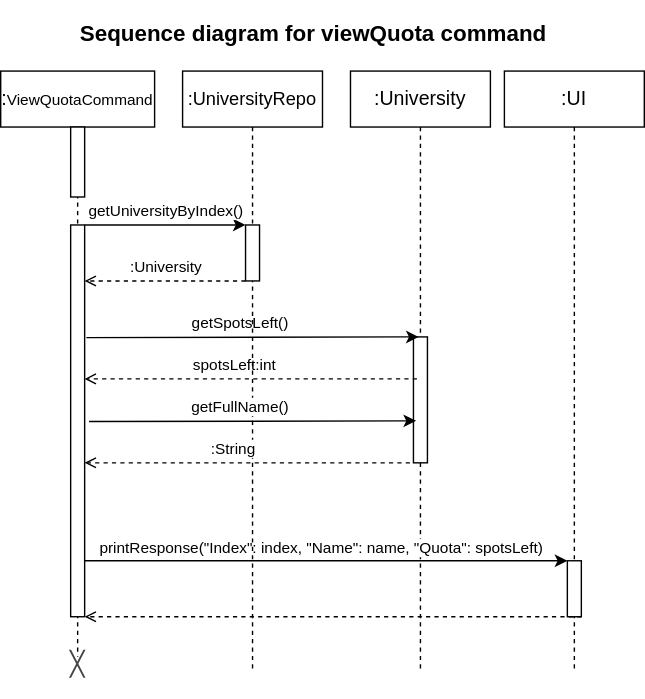
This is docs/UML_Diagrams/ViewQuotaSequence.drawio.svg from paulktham/tp, a draw.io export, as it was before one commit. Source tidied: cells renumbered, new cells last; positions are measured from the earlier drawing's top-left corner, leaving out a move shared by most shapes. Its diagram source:
```xml
<mxGraphModel>
  <root>
    <mxCell id="0" />
    <mxCell id="1" parent="0" />
    <mxCell id="2" value="&lt;font style=&quot;font-size: 14px;&quot;&gt;:&lt;/font&gt;&lt;font style=&quot;font-size: 11px;&quot;&gt;ViewQuotaCommand&lt;/font&gt;" style="shape=umlLifeline;perimeter=lifelinePerimeter;whiteSpace=wrap;html=1;newEdgeStyle={&quot;edgeStyle&quot;:&quot;elbowEdgeStyle&quot;,&quot;elbow&quot;:&quot;vertical&quot;,&quot;curved&quot;:0,&quot;rounded&quot;:0};" parent="1" vertex="1">
      <mxGeometry y="50" width="110" height="420" as="geometry" />
    </mxCell>
    <mxCell id="3" style="html=1;perimeter=orthogonalPerimeter;targetShapes=umlLifeline;newEdgeStyle={&quot;edgeStyle&quot;:&quot;elbowEdgeStyle&quot;,&quot;elbow&quot;:&quot;vertical&quot;,&quot;curved&quot;:0,&quot;rounded&quot;:0};" parent="2" vertex="1">
      <mxGeometry x="50" y="40" width="10" height="50" as="geometry" />
    </mxCell>
    <mxCell id="4" style="html=1;points=[];perimeter=orthogonalPerimeter;outlineConnect=0;targetShapes=umlLifeline;portConstraint=eastwest;newEdgeStyle={&quot;edgeStyle&quot;:&quot;elbowEdgeStyle&quot;,&quot;elbow&quot;:&quot;vertical&quot;,&quot;curved&quot;:0,&quot;rounded&quot;:0};" parent="2" vertex="1">
      <mxGeometry x="50" y="110" width="10" height="280" as="geometry" />
    </mxCell>
    <mxCell id="5" value="&lt;span style=&quot;color: rgb(68, 68, 68); font-family: Arial, Helvetica, sans-serif; text-align: left; background-color: rgb(255, 255, 255);&quot;&gt;&lt;font style=&quot;font-size: 17px;&quot;&gt;╳&lt;/font&gt;&lt;/span&gt;" style="text;html=1;align=center;verticalAlign=middle;whiteSpace=wrap;rounded=0;" parent="1" vertex="1">
      <mxGeometry x="25" y="460" width="60" height="30" as="geometry" />
    </mxCell>
    <mxCell id="6" value="&lt;span style=&quot;font-size: 14px;&quot;&gt;:University&lt;/span&gt;" style="shape=umlLifeline;perimeter=lifelinePerimeter;whiteSpace=wrap;html=1;newEdgeStyle={&quot;edgeStyle&quot;:&quot;elbowEdgeStyle&quot;,&quot;elbow&quot;:&quot;vertical&quot;,&quot;curved&quot;:0,&quot;rounded&quot;:0};" parent="1" vertex="1">
      <mxGeometry x="250" y="50" width="100" height="430" as="geometry" />
    </mxCell>
    <mxCell id="7" style="html=1;perimeter=orthogonalPerimeter;targetShapes=umlLifeline;newEdgeStyle={&quot;edgeStyle&quot;:&quot;elbowEdgeStyle&quot;,&quot;elbow&quot;:&quot;vertical&quot;,&quot;curved&quot;:0,&quot;rounded&quot;:0};" parent="6" vertex="1">
      <mxGeometry x="45" y="190" width="10" height="90" as="geometry" />
    </mxCell>
    <mxCell id="8" value="getSpotsLeft()" style="edgeStyle=elbowEdgeStyle;rounded=0;orthogonalLoop=1;jettySize=auto;html=1;elbow=vertical;curved=0;" parent="1" edge="1">
      <mxGeometry x="-0.08" y="10" relative="1" as="geometry">
        <mxPoint x="61.2" y="240.5" as="sourcePoint" />
        <mxPoint x="298.8" y="240" as="targetPoint" />
        <Array as="points">
          <mxPoint x="65" y="240" />
        </Array>
      </mxGeometry>
    </mxCell>
    <mxCell id="9" value="spotsLeft:int" style="edgeStyle=elbowEdgeStyle;rounded=0;jettySize=auto;html=1;elbow=vertical;curved=0;endArrow=open;endFill=0;dashed=1;" parent="1" edge="1" target="4">
      <mxGeometry x="0.11" y="-10" relative="1" as="geometry">
        <mxPoint x="297.5" y="270" as="sourcePoint" />
      </mxGeometry>
    </mxCell>
    <mxCell id="10" value="&lt;span style=&quot;font-size: 14px;&quot;&gt;:UI&lt;/span&gt;" style="shape=umlLifeline;perimeter=lifelinePerimeter;whiteSpace=wrap;html=1;newEdgeStyle={&quot;edgeStyle&quot;:&quot;elbowEdgeStyle&quot;,&quot;elbow&quot;:&quot;vertical&quot;,&quot;curved&quot;:0,&quot;rounded&quot;:0};" parent="1" vertex="1">
      <mxGeometry x="360" y="50" width="100" height="430" as="geometry" />
    </mxCell>
    <mxCell id="11" style="html=1;perimeter=orthogonalPerimeter;targetShapes=umlLifeline;newEdgeStyle={&quot;edgeStyle&quot;:&quot;elbowEdgeStyle&quot;,&quot;elbow&quot;:&quot;vertical&quot;,&quot;curved&quot;:0,&quot;rounded&quot;:0};" parent="10" vertex="1">
      <mxGeometry x="45" y="350" width="10" height="40" as="geometry" />
    </mxCell>
    <mxCell id="12" value="printResponse(&quot;Index&quot;: index, &quot;Name&quot;: name, &quot;Quota&quot;: spotsLeft)" style="edgeStyle=elbowEdgeStyle;rounded=0;orthogonalLoop=1;jettySize=auto;html=1;elbow=vertical;curved=0;" parent="1" edge="1">
      <mxGeometry x="-0.02" y="9" relative="1" as="geometry">
        <mxPoint x="60" y="400" as="sourcePoint" />
        <mxPoint x="405" y="400" as="targetPoint" />
      </mxGeometry>
    </mxCell>
    <mxCell id="13" style="edgeStyle=elbowEdgeStyle;rounded=0;orthogonalLoop=1;jettySize=auto;html=1;elbow=vertical;curved=0;endArrow=open;endFill=0;dashed=1;" parent="1" edge="1">
      <mxGeometry relative="1" as="geometry">
        <mxPoint x="415" y="440" as="sourcePoint" />
        <mxPoint x="60" y="440" as="targetPoint" />
      </mxGeometry>
    </mxCell>
    <mxCell id="14" value="&lt;font style=&quot;font-size: 13px;&quot;&gt;:UniversityRepo&lt;/font&gt;" style="shape=umlLifeline;perimeter=lifelinePerimeter;whiteSpace=wrap;html=1;newEdgeStyle={&quot;edgeStyle&quot;:&quot;elbowEdgeStyle&quot;,&quot;elbow&quot;:&quot;vertical&quot;,&quot;curved&quot;:0,&quot;rounded&quot;:0};" parent="1" vertex="1">
      <mxGeometry x="130" y="50" width="100" height="430" as="geometry" />
    </mxCell>
    <mxCell id="15" style="html=1;perimeter=orthogonalPerimeter;targetShapes=umlLifeline;newEdgeStyle={&quot;edgeStyle&quot;:&quot;elbowEdgeStyle&quot;,&quot;elbow&quot;:&quot;vertical&quot;,&quot;curved&quot;:0,&quot;rounded&quot;:0};" parent="14" vertex="1">
      <mxGeometry x="45" y="110" width="10" height="40" as="geometry" />
    </mxCell>
    <mxCell id="16" value="&lt;h1 style=&quot;margin-top: 0px;&quot;&gt;&lt;font style=&quot;&quot;&gt;&lt;span style=&quot;font-size: 16px;&quot;&gt;Sequence diagram for viewQuota command&lt;/span&gt;&lt;/font&gt;&lt;/h1&gt;" style="text;html=1;whiteSpace=wrap;overflow=hidden;rounded=0;" parent="1" vertex="1">
      <mxGeometry x="55" width="340" height="40" as="geometry" />
    </mxCell>
    <mxCell id="17" value="getUniversityByIndex()" style="edgeStyle=elbowEdgeStyle;rounded=0;orthogonalLoop=1;jettySize=auto;html=1;elbow=vertical;curved=0;" parent="1" edge="1">
      <mxGeometry y="10" relative="1" as="geometry">
        <mxPoint x="60" y="160" as="sourcePoint" />
        <mxPoint x="175" y="160" as="targetPoint" />
      </mxGeometry>
    </mxCell>
    <mxCell id="18" value=":University" style="edgeStyle=elbowEdgeStyle;rounded=0;orthogonalLoop=1;jettySize=auto;html=1;elbow=vertical;curved=0;dashed=1;endArrow=open;endFill=0;" parent="1" edge="1">
      <mxGeometry y="-10" relative="1" as="geometry">
        <mxPoint x="175" y="200" as="sourcePoint" />
        <mxPoint x="60" y="200" as="targetPoint" />
        <mxPoint x="1" as="offset" />
      </mxGeometry>
    </mxCell>
    <mxCell id="19" style="edgeStyle=orthogonalEdgeStyle;rounded=0;orthogonalLoop=1;jettySize=auto;html=1;exitX=0.5;exitY=1;exitDx=0;exitDy=0;" parent="1" edge="1" source="5" target="5">
      <mxGeometry relative="1" as="geometry" />
    </mxCell>
    <mxCell id="20" value="getFullName()" style="edgeStyle=elbowEdgeStyle;rounded=0;orthogonalLoop=1;jettySize=auto;html=1;elbow=vertical;curved=0;" parent="1" edge="1">
      <mxGeometry x="-0.08" y="10" relative="1" as="geometry">
        <mxPoint x="63.1" y="300.5" as="sourcePoint" />
        <mxPoint x="296.9" y="300" as="targetPoint" />
        <Array as="points">
          <mxPoint x="66.9" y="300" />
        </Array>
      </mxGeometry>
    </mxCell>
    <mxCell id="21" value=":String" style="edgeStyle=elbowEdgeStyle;rounded=0;jettySize=auto;html=1;elbow=vertical;curved=0;endArrow=open;endFill=0;dashed=1;" parent="1" edge="1" target="4">
      <mxGeometry x="0.1" y="-10" relative="1" as="geometry">
        <mxPoint x="292.5" y="330" as="sourcePoint" />
        <mxPoint x="1" as="offset" />
      </mxGeometry>
    </mxCell>
  </root>
</mxGraphModel>
```
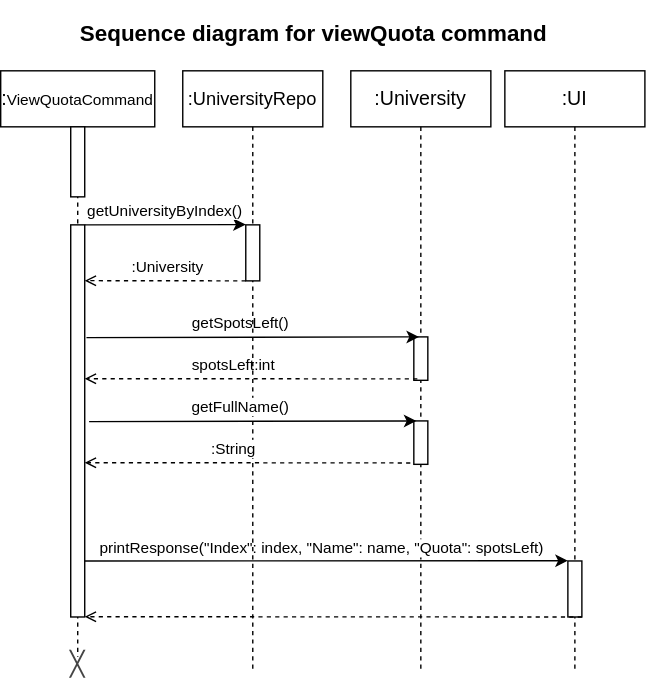
After the change.

Change to the diagram source:
```diff
@@ -18,8 +18,11 @@
       <mxGeometry x="250" y="50" width="100" height="430" as="geometry" />
     </mxCell>
     <mxCell id="7" style="html=1;perimeter=orthogonalPerimeter;targetShapes=umlLifeline;newEdgeStyle={&quot;edgeStyle&quot;:&quot;elbowEdgeStyle&quot;,&quot;elbow&quot;:&quot;vertical&quot;,&quot;curved&quot;:0,&quot;rounded&quot;:0};" parent="6" vertex="1">
-      <mxGeometry x="45" y="190" width="10" height="90" as="geometry" />
+      <mxGeometry x="45" y="190" width="10" height="31" as="geometry" />
     </mxCell>
+    <mxCell id="22" style="html=1;perimeter=orthogonalPerimeter;targetShapes=umlLifeline;newEdgeStyle={&quot;edgeStyle&quot;:&quot;elbowEdgeStyle&quot;,&quot;elbow&quot;:&quot;vertical&quot;,&quot;curved&quot;:0,&quot;rounded&quot;:0};" parent="6" vertex="1">
+      <mxGeometry x="45" y="250" width="10" height="31" as="geometry" />
+    </mxCell>
     <mxCell id="8" value="getSpotsLeft()" style="edgeStyle=elbowEdgeStyle;rounded=0;orthogonalLoop=1;jettySize=auto;html=1;elbow=vertical;curved=0;" parent="1" edge="1">
       <mxGeometry x="-0.08" y="10" relative="1" as="geometry">
         <mxPoint x="61.2" y="240.5" as="sourcePoint" />
```
